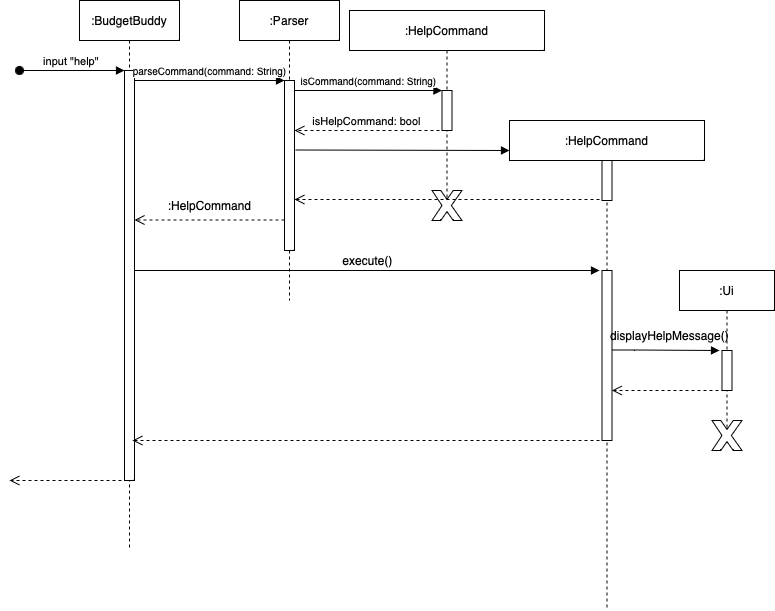
Earlier version of the draw.io export docs/diagrams/DisplayHelpSequenceDiagram.drawio.png (telferang/tp). Source tidied: cells renumbered, new cells last; positions are measured from the earlier drawing's top-left corner, leaving out a move shared by most shapes.
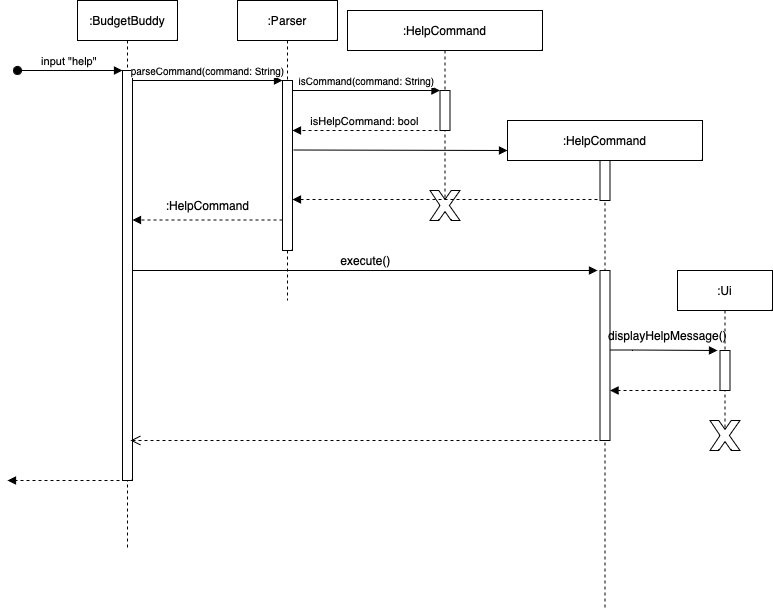
The same file after the commit.

Commit message:
Edit DG Sequence diagrams.

Diff of the diagram source:
```diff
@@ -26,7 +26,7 @@
         </Array>
       </mxGeometry>
     </mxCell>
-    <mxCell id="8" style="html=1;verticalAlign=bottom;endArrow=open;dashed=1;endSize=8;edgeStyle=elbowEdgeStyle;elbow=vertical;curved=0;rounded=0;" parent="1" edge="1">
+    <mxCell id="8" style="html=1;verticalAlign=bottom;endArrow=block;dashed=1;endSize=6;edgeStyle=elbowEdgeStyle;elbow=vertical;curved=0;rounded=0;endFill=1;" parent="1" edge="1">
       <mxGeometry relative="1" as="geometry">
         <mxPoint x="275" y="219.5" as="sourcePoint" />
         <mxPoint x="125" y="219.5" as="targetPoint" />
@@ -48,7 +48,7 @@
         </Array>
       </mxGeometry>
     </mxCell>
-    <mxCell id="12" value="isHelpCommand: bool" style="html=1;verticalAlign=bottom;endArrow=open;dashed=1;endSize=8;elbow=vertical;rounded=0;" parent="1" edge="1">
+    <mxCell id="12" value="isHelpCommand: bool" style="html=1;verticalAlign=bottom;endArrow=block;dashed=1;endSize=6;elbow=vertical;rounded=0;endFill=1;" parent="1" edge="1">
       <mxGeometry relative="1" as="geometry">
         <mxPoint x="430" y="130" as="sourcePoint" />
         <mxPoint x="285" y="130" as="targetPoint" />
@@ -72,7 +72,7 @@
         <mxPoint x="500" y="150" as="targetPoint" />
       </mxGeometry>
     </mxCell>
-    <mxCell id="18" style="html=1;verticalAlign=bottom;endArrow=open;dashed=1;endSize=8;elbow=vertical;rounded=0;" parent="1" edge="1" target="6">
+    <mxCell id="18" style="html=1;verticalAlign=bottom;endArrow=block;dashed=1;endSize=6;elbow=vertical;rounded=0;endFill=1;" parent="1" edge="1" target="6">
       <mxGeometry relative="1" as="geometry">
         <mxPoint x="590" y="199" as="sourcePoint" />
       </mxGeometry>
@@ -100,7 +100,7 @@
         <mxPoint x="123" y="440" as="targetPoint" />
       </mxGeometry>
     </mxCell>
-    <mxCell id="24" style="html=1;verticalAlign=bottom;endArrow=open;dashed=1;endSize=8;elbow=vertical;rounded=0;" parent="1" edge="1">
+    <mxCell id="24" style="html=1;verticalAlign=bottom;endArrow=block;dashed=1;endSize=6;elbow=vertical;rounded=0;endFill=1;" parent="1" edge="1">
       <mxGeometry relative="1" as="geometry">
         <mxPoint x="112" y="480" as="sourcePoint" />
         <mxPoint y="480" as="targetPoint" />
@@ -117,7 +117,7 @@
     <mxCell id="26" value="displayHelpMessage()" style="text;html=1;align=center;verticalAlign=middle;strokeColor=none;fillColor=none;" parent="1" vertex="1">
       <mxGeometry x="590" y="320" width="140" height="30" as="geometry" />
     </mxCell>
-    <mxCell id="27" style="html=1;verticalAlign=bottom;endArrow=open;dashed=1;endSize=8;elbow=vertical;rounded=0;" parent="1" edge="1" target="16">
+    <mxCell id="27" style="html=1;verticalAlign=bottom;endArrow=block;dashed=1;endSize=6;elbow=vertical;rounded=0;endFill=1;" parent="1" edge="1" target="16">
       <mxGeometry relative="1" as="geometry">
         <mxPoint x="715" y="390" as="sourcePoint" />
       </mxGeometry>
```
